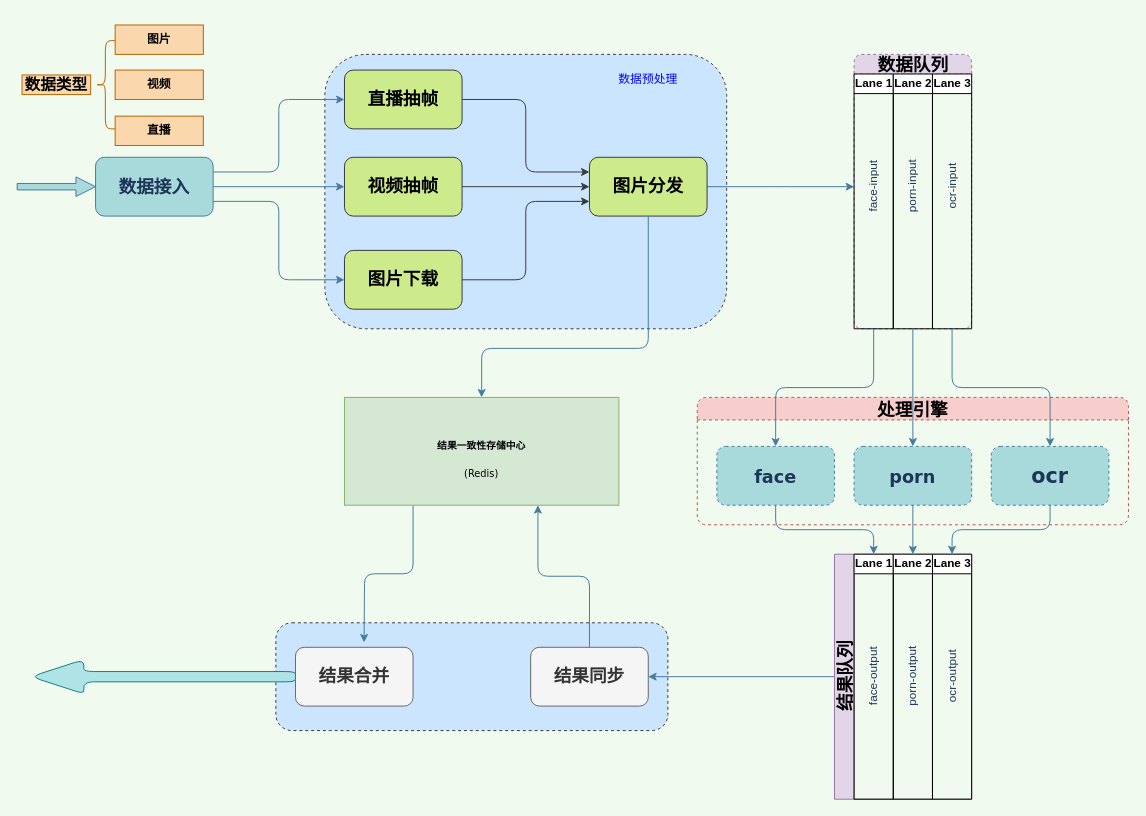
This is engine_system/engine_system_architecture.drawio from xwzj01ht/diagrams, a draw.io file, before an edit. Source tidied: cells renumbered, new cells numbered last; positions are measured from the earlier drawing's top-left corner, leaving out a move shared by most shapes. Both pictures are drawn from the tidied source at 98%, with x=0, y=0 at pixel (17, 24).
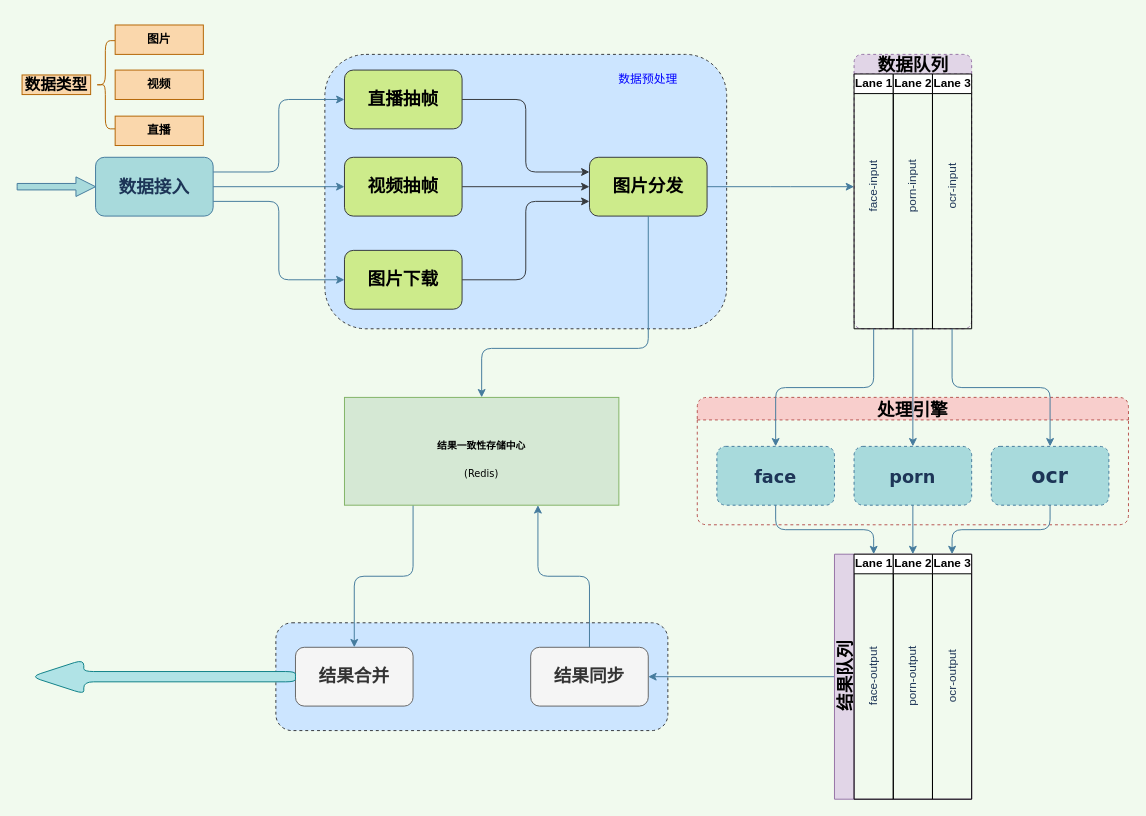
The same page after the edit.

The change refers to these unchanged cells:
```xml
<mxCell id="50" value="&lt;h3&gt;&lt;font face=&quot;Verdana&quot; size=&quot;1&quot;&gt;结果一致性存储中心&lt;/font&gt;&lt;/h3&gt;&lt;div&gt;&lt;font face=&quot;Verdana&quot; size=&quot;1&quot;&gt;(Redis)&lt;/font&gt;&lt;/div&gt;" style="rounded=0;whiteSpace=wrap;html=1;strokeColor=#82b366;strokeWidth=1;fillColor=#d5e8d4;" parent="1" vertex="1">
  <mxGeometry x="334" y="380" width="280" height="110" as="geometry" />
</mxCell>
<mxCell id="53" value="&lt;h3 style=&quot;font-size: 18px&quot;&gt;&lt;font face=&quot;Verdana&quot;&gt;结果合并&lt;/font&gt;&lt;/h3&gt;" style="rounded=1;whiteSpace=wrap;html=1;strokeColor=#666666;strokeWidth=1;fillColor=#f5f5f5;fontColor=#333333;" parent="1" vertex="1">
  <mxGeometry x="284" y="635" width="120" height="60" as="geometry" />
</mxCell>
```

What changed in the source:
```diff
@@
-    <mxCell id="49" style="edgeStyle=orthogonalEdgeStyle;rounded=1;jettySize=auto;html=1;exitX=0.25;exitY=1;exitDx=0;exitDy=0;strokeColor=#457B9D;" parent="1" edge="1" source="50">
-      <mxGeometry relative="1" as="geometry">
-        <mxPoint x="354" y="630" as="targetPoint" />
-      </mxGeometry>
+    <mxCell id="49" style="edgeStyle=orthogonalEdgeStyle;rounded=1;jettySize=auto;html=1;exitX=0.25;exitY=1;exitDx=0;exitDy=0;strokeColor=#457B9D;entryX=0.5;entryY=0;entryDx=0;entryDy=0;" parent="1" edge="1" source="50" target="53">
+      <mxGeometry relative="1" as="geometry" />
     </mxCell>
```
